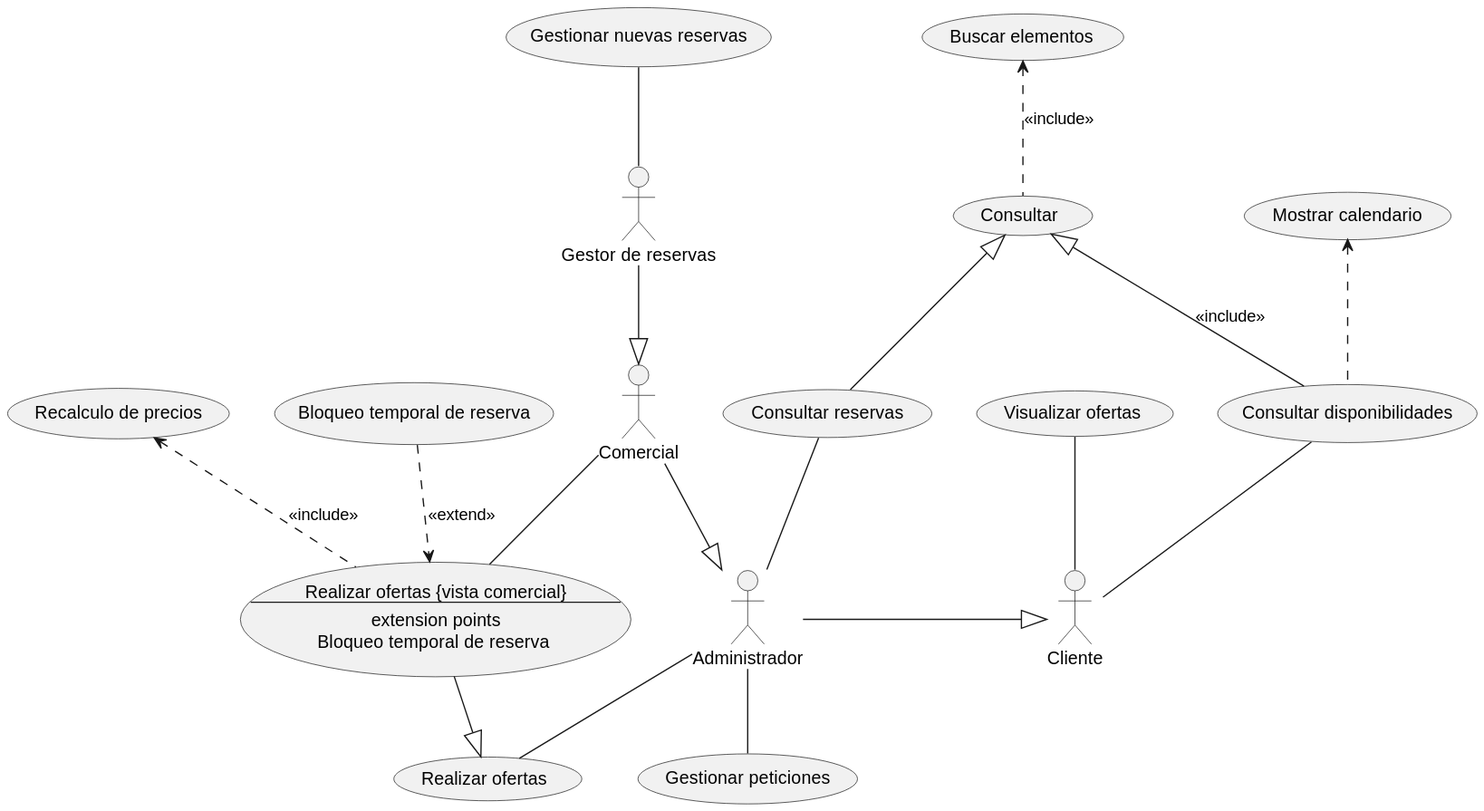
Earlier version of the PlantUML export out/lab0/source/Compania hotelera/CompaniaHotelera.svg (cgg734/INRE-UAL-MORADO-2022-2023).
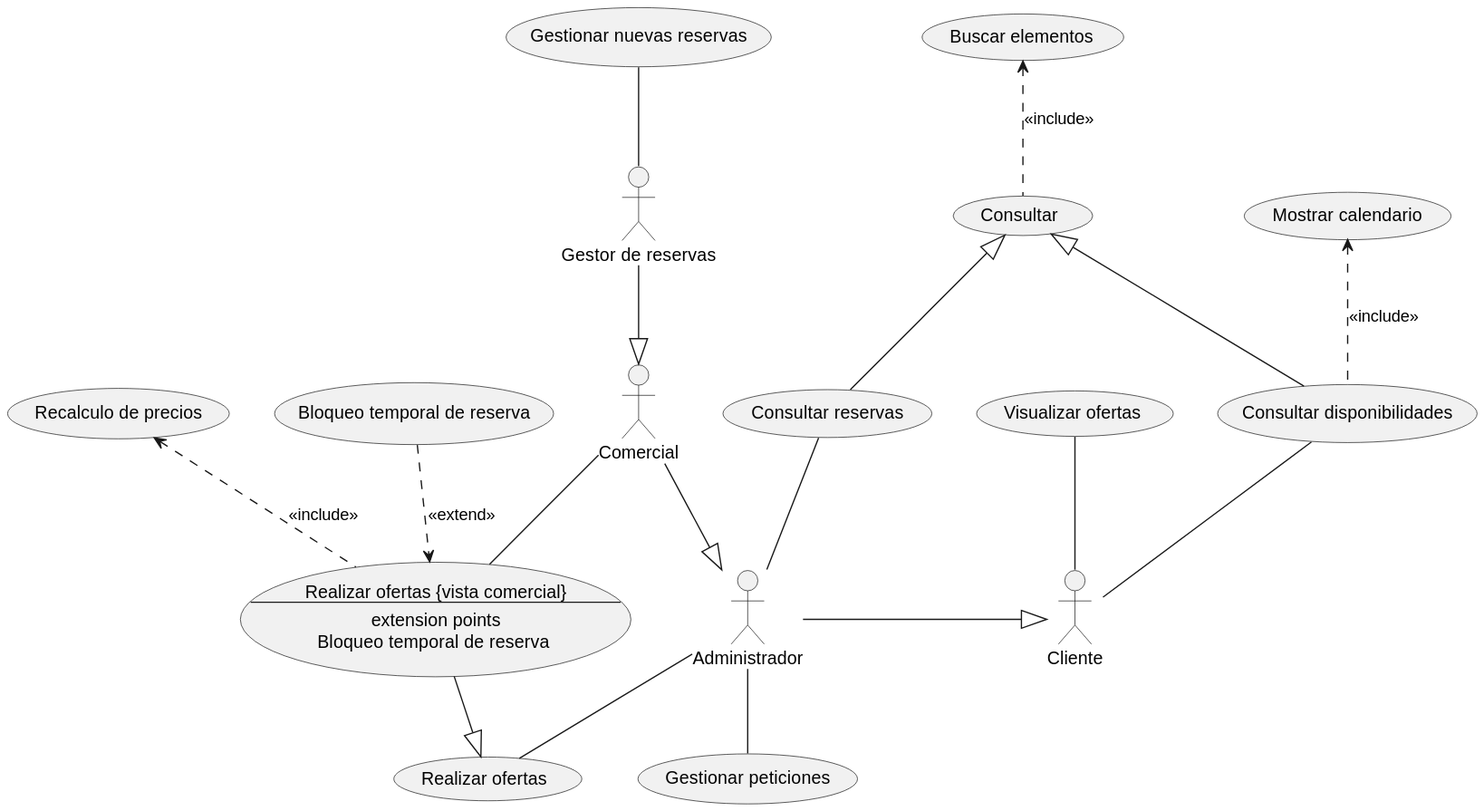
Above is the later version.

Commit message:
Cambios compania hotelera

Diff of the diagram source:
```diff
@@ -19,9 +19,9 @@
 Administrador-right-|>Cliente
 
 (Mostrar calendario) as (MCalenda)
-(ConsultDisponib).up.>(MCalenda)
+(ConsultDisponib).up.>(MCalenda) : <<include>>
 
-(Consultar)<|--(ConsultDisponib): <<include>>
+(Consultar)<|--(ConsultDisponib)
 (Consultar)<|--(ConsultRes)
 
 (Buscar elementos) as (BuscaElem)
```
